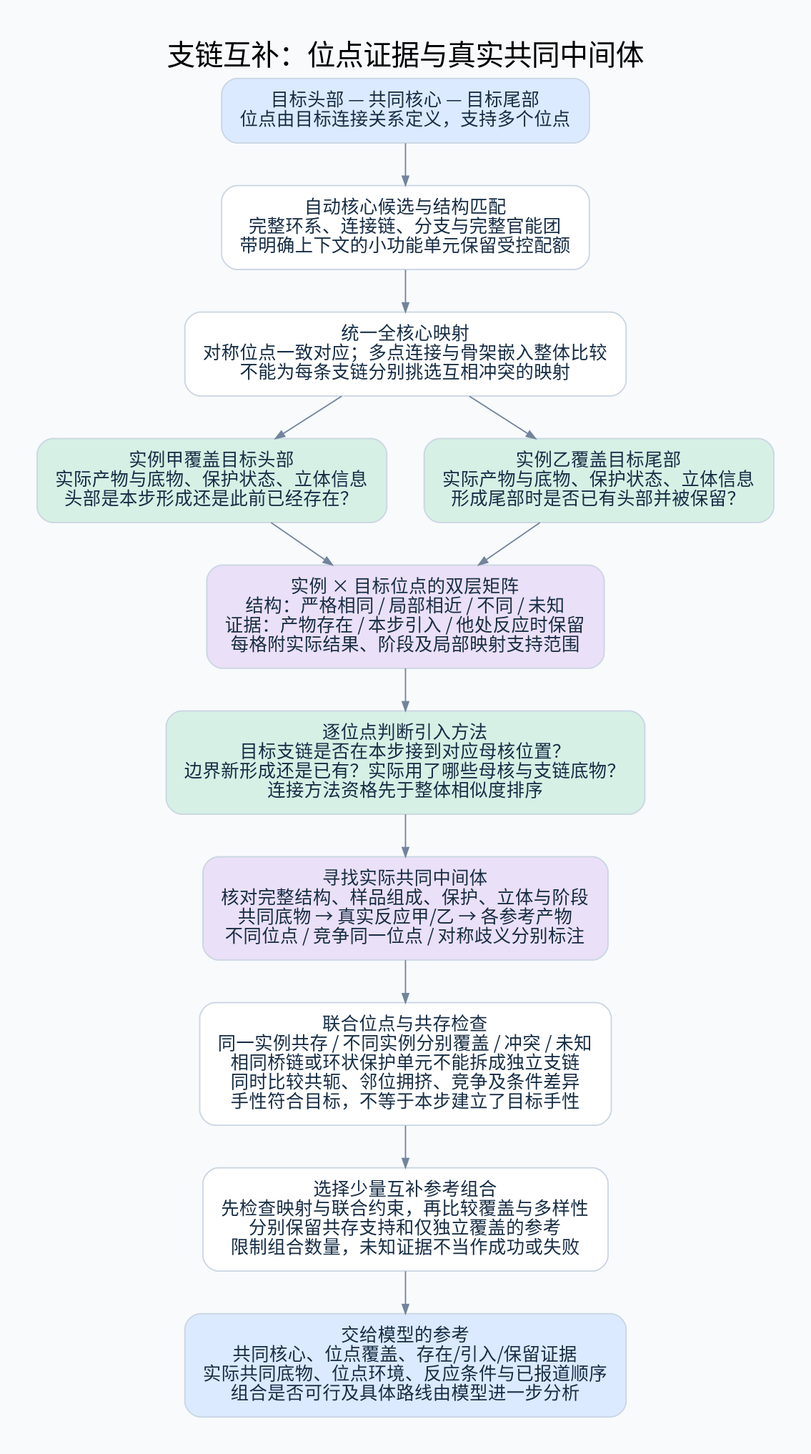
Earlier version of the Graphviz export diagrams/core-branch-combination.png (825728139/substructure_search). Its source is kept beside it as diagrams/core-branch-combination.dot.
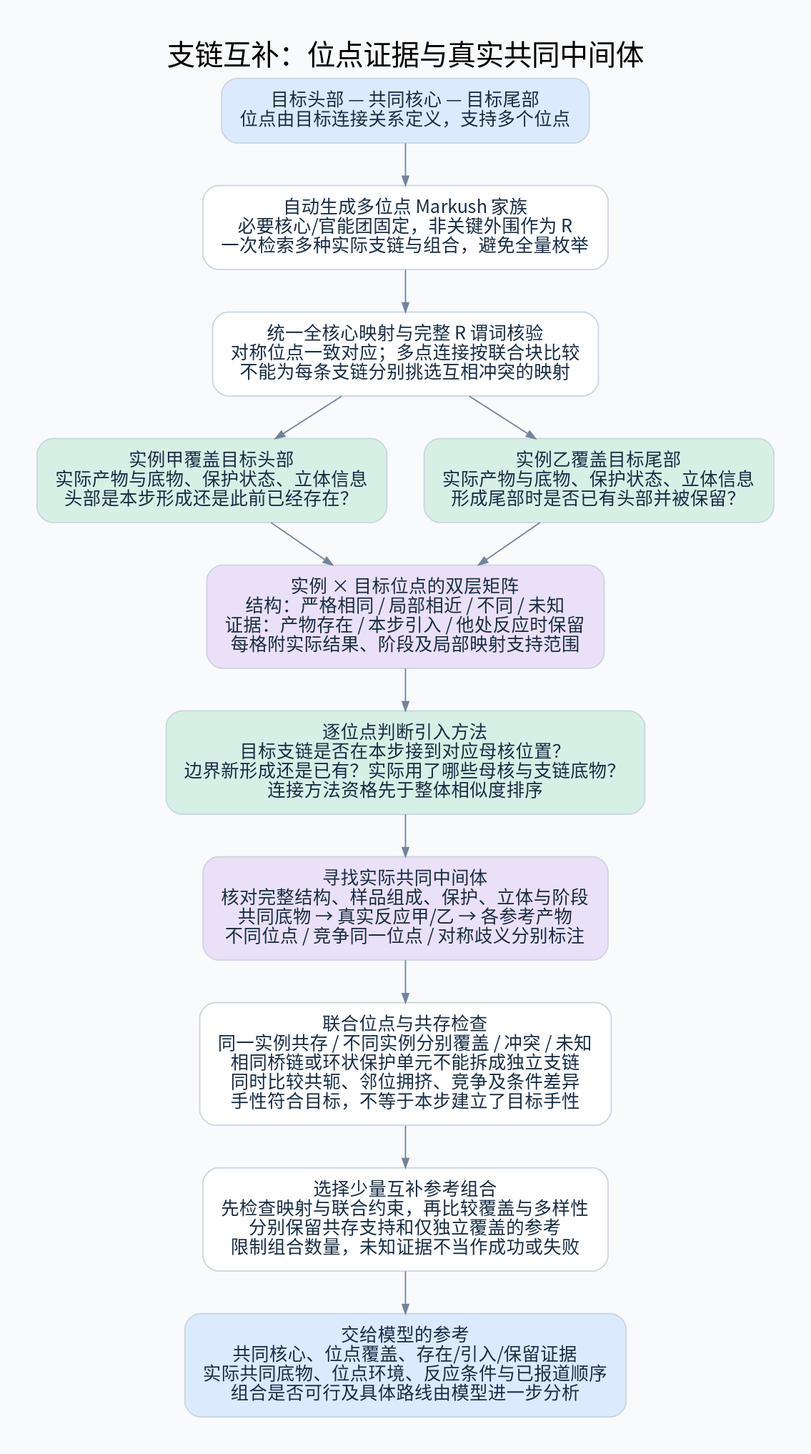
After the commit.

What changed in the source:
```diff
@@ -7,11 +7,11 @@
 label="支链互补：位点证据与真实共同中间体";
 a [label="目标头部 — 共同核心 — 目标尾部
 位点由目标连接关系定义，支持多个位点", fillcolor="#DBEAFE"];
-b [label="自动核心候选与结构匹配
-完整环系、连接链、分支与完整官能团
-带明确上下文的小功能单元保留受控配额"];
-c [label="统一全核心映射
-对称位点一致对应；多点连接与骨架嵌入整体比较
+b [label="自动生成多位点 Markush 家族
+必要核心/官能团固定，非关键外围作为 R
+一次检索多种实际支链与组合，避免全量枚举"];
+c [label="统一全核心映射与完整 R 谓词核验
+对称位点一致对应；多点连接按联合块比较
 不能为每条支链分别挑选互相冲突的映射"];
 x [label="实例甲覆盖目标头部
 实际产物与底物、保护状态、立体信息
```
